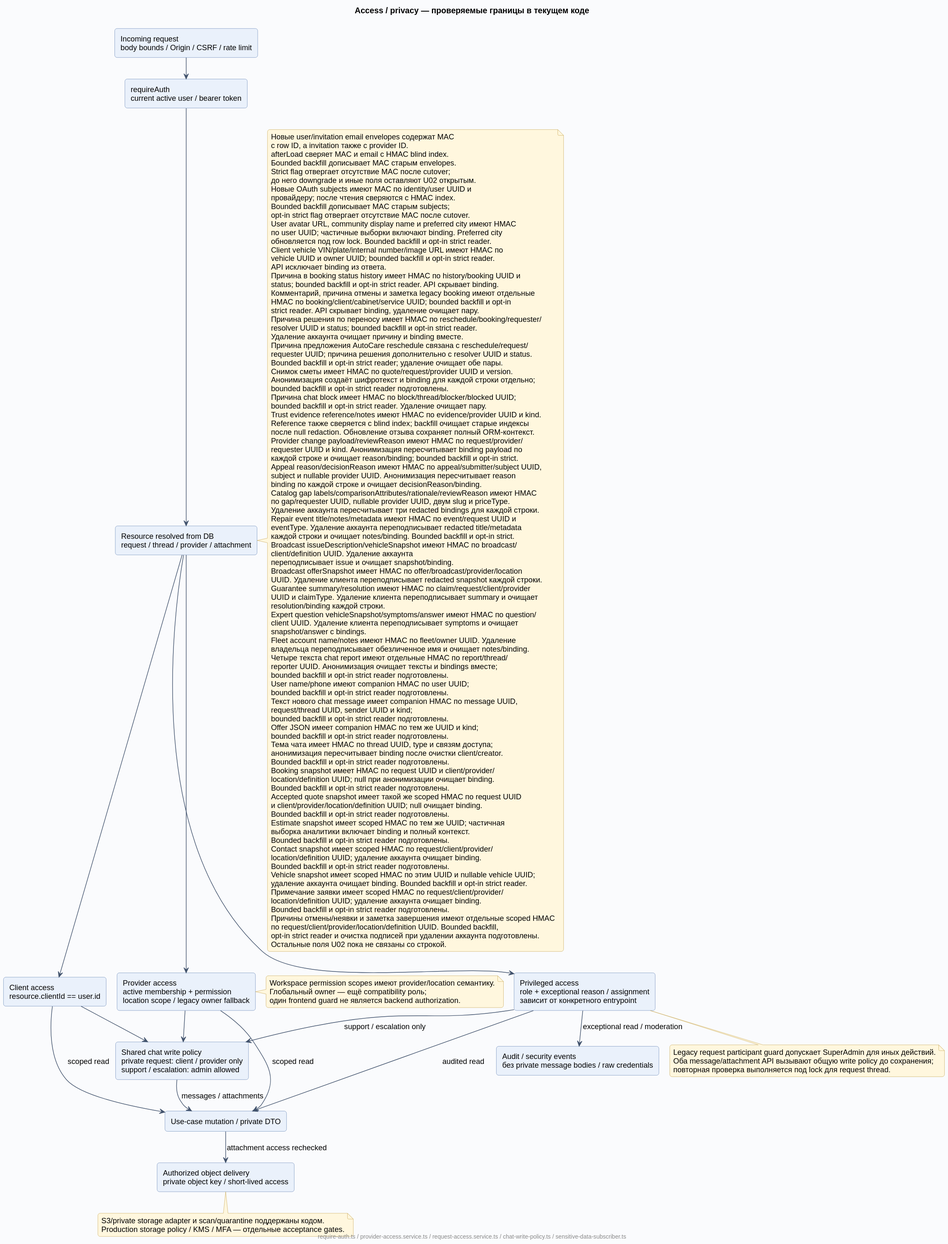
Earlier version of the PlantUML export docs/diagrams/rendered/09-access-privacy.svg (Dima163163/auto-care-hub).
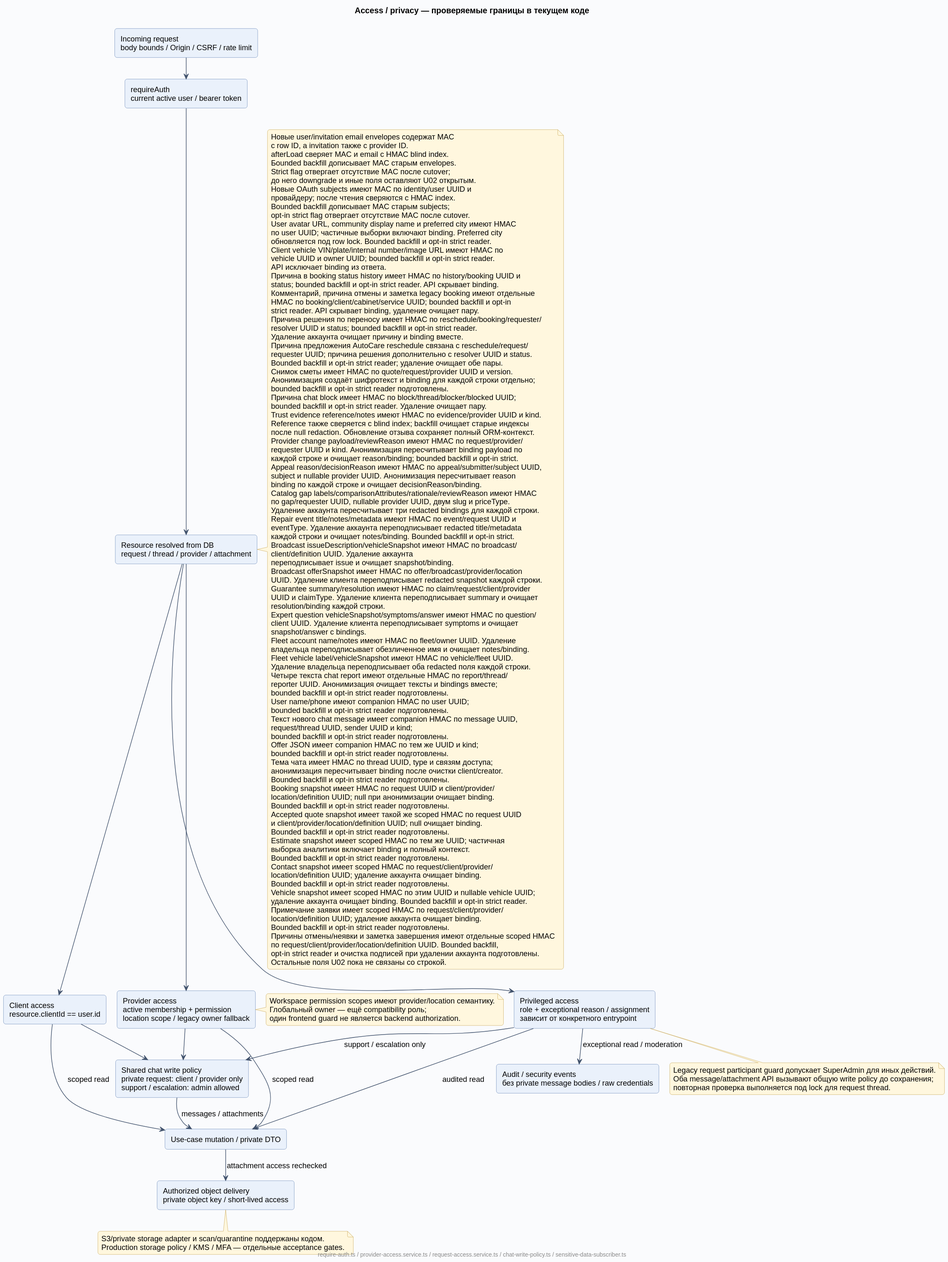
The same file after the commit.

The edit, as a diff of the source:
```diff
@@ -92,6 +92,8 @@
   snapshot/answer с bindings.
   Fleet account name/notes имеют HMAC по fleet/owner UUID. Удаление
   владельца переподписывает обезличенное имя и очищает notes/binding.
+  Fleet vehicle label/vehicleSnapshot имеют HMAC по vehicle/fleet UUID.
+  Удаление владельца переподписывает оба redacted поля каждой строки.
   Четыре текста chat report имеют отдельные HMAC по report/thread/
   reporter UUID. Анонимизация очищает тексты и bindings вместе;
   bounded backfill и opt-in strict reader подготовлены.
```
